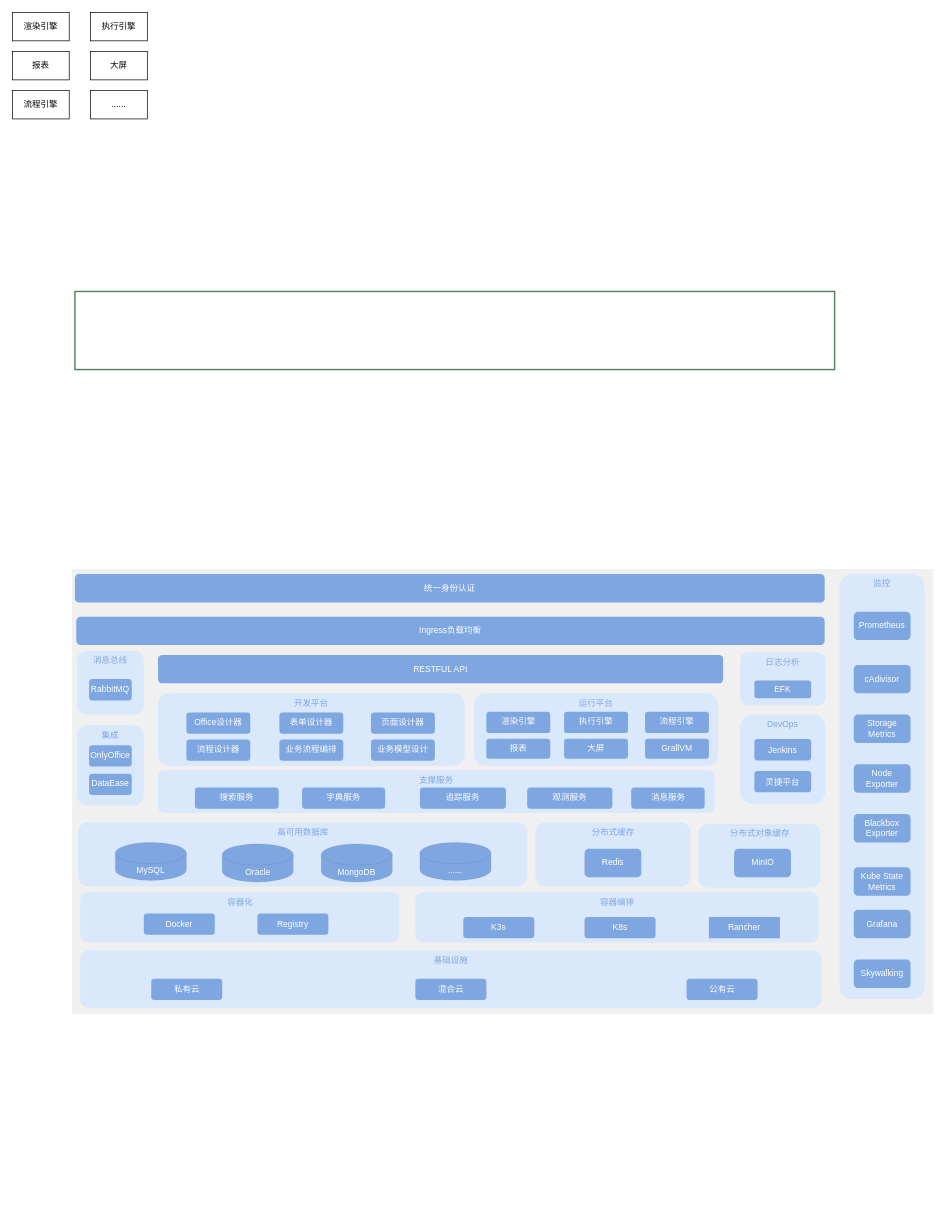
ProgrammerLZ/drawio keeps this draw.io diagram as page "低代码技术架构" (2 of 2) of 学工技术架构.drawio. Above is the earlier version. Source tidied: cells renumbered, new cells numbered last; positions are measured from the earlier drawing's top-left corner, leaving out a move shared by most shapes. Both pictures are drawn from the tidied source at 71%, with x=0, y=0 at pixel (12, 12).
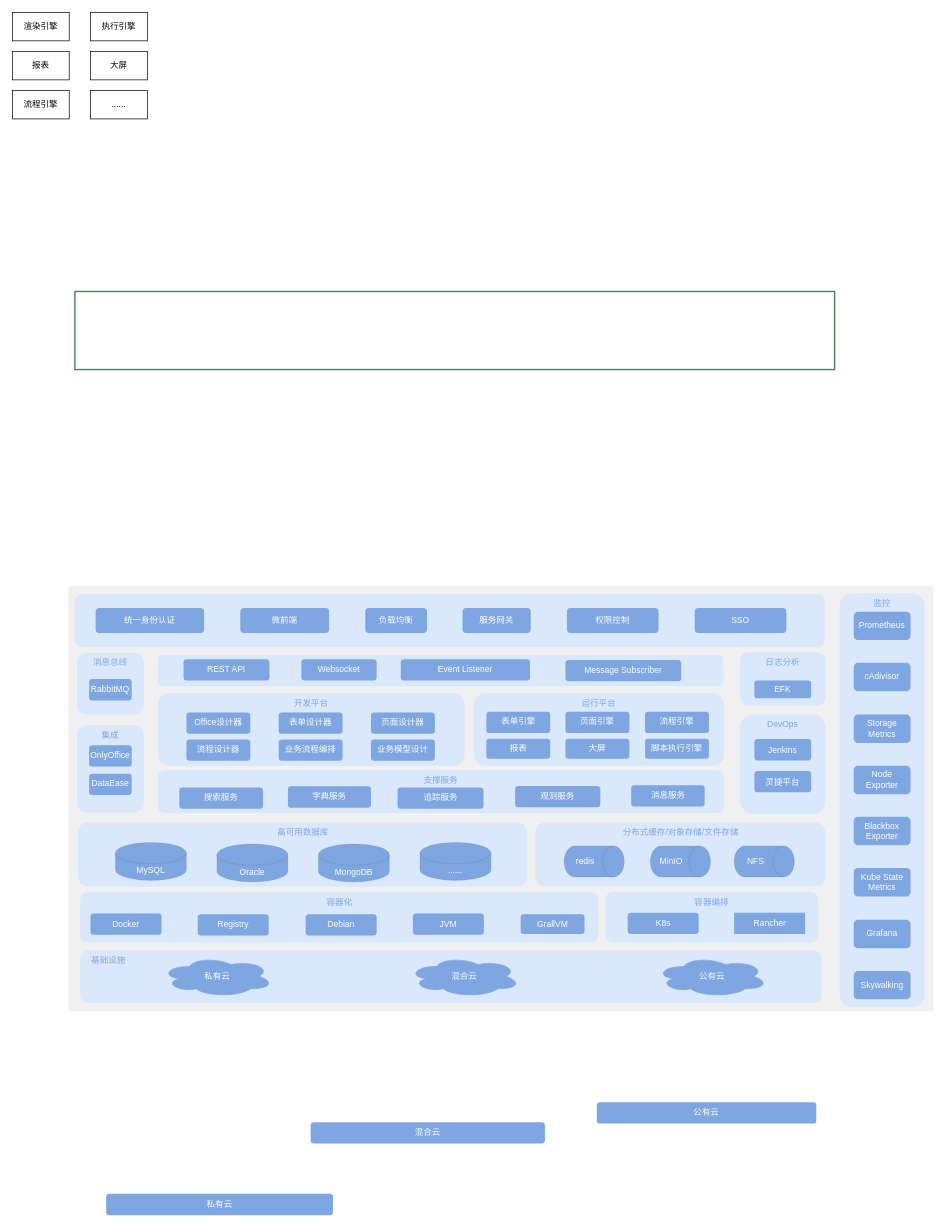
After the change.

Commit message (it also covers changes not shown here):
更新学工技术架构.drawio

Diff of the diagram source:
```diff
@@
     <mxCell id="2" style="rounded=0;whiteSpace=wrap;html=1;verticalAlign=top;fillColor=#EDEDED;strokeColor=none;fontColor=#333333;opacity=80;" parent="1" vertex="1">
-      <mxGeometry x="84" y="784" width="1213" height="627" as="geometry" />
+      <mxGeometry x="79" y="808" width="1218" height="599" as="geometry" />
     </mxCell>
     <mxCell id="3" value="容器编排" style="rounded=1;whiteSpace=wrap;html=1;verticalAlign=top;fillColor=#dae8fc;strokeColor=none;fontColor=#7EA6E0;" parent="1" vertex="1">
-      <mxGeometry x="567.5" y="1239" width="567.5" height="71" as="geometry" />
+      <mxGeometry x="835" y="1239" width="300" height="71" as="geometry" />
     </mxCell>
     <mxCell id="4" value="支撑服务" style="rounded=1;whiteSpace=wrap;html=1;verticalAlign=top;fillColor=#dae8fc;strokeColor=none;fontColor=#7EA6E0;" parent="1" vertex="1">
-      <mxGeometry x="205" y="1067.5" width="784" height="60" as="geometry" />
+      <mxGeometry x="205" y="1067.5" width="797" height="60" as="geometry" />
     </mxCell>
-    <mxCell id="5" value="分布式对象缓存" style="rounded=1;whiteSpace=wrap;html=1;verticalAlign=top;fillColor=#dae8fc;strokeColor=none;fontColor=#7EA6E0;" parent="1" vertex="1">
-      <mxGeometry x="966.5" y="1143" width="172" height="90" as="geometry" />
-    </mxCell>
-    <mxCell id="6" value="分布式缓存" style="rounded=1;whiteSpace=wrap;html=1;verticalAlign=top;fillColor=#dae8fc;strokeColor=none;fontColor=#7EA6E0;" parent="1" vertex="1">
-      <mxGeometry x="736.5" y="1141" width="218.5" height="90" as="geometry" />
+    <mxCell id="6" value="分布式缓存/对象存储/文件存储" style="rounded=1;whiteSpace=wrap;html=1;verticalAlign=top;fillColor=#dae8fc;strokeColor=none;fontColor=#7EA6E0;" parent="1" vertex="1">
+      <mxGeometry x="736.5" y="1141" width="408.5" height="90" as="geometry" />
     </mxCell>
     <mxCell id="7" value="DevOps" style="rounded=1;whiteSpace=wrap;html=1;verticalAlign=top;fillColor=#dae8fc;strokeColor=none;fontColor=#7EA6E0;" parent="1" vertex="1">
-      <mxGeometry x="1025" y="989" width="120" height="126" as="geometry" />
+      <mxGeometry x="1025" y="989" width="120" height="140" as="geometry" />
     </mxCell>
     <mxCell id="8" value="监控" style="rounded=1;whiteSpace=wrap;html=1;verticalAlign=top;fillColor=#dae8fc;strokeColor=none;fontColor=#7EA6E0;" parent="1" vertex="1">
-      <mxGeometry x="1165" y="791" width="120" height="599" as="geometry" />
+      <mxGeometry x="1165" y="818" width="120" height="583" as="geometry" />
     </mxCell>
-    <mxCell id="9" value="RESTFUL API" style="rounded=1;whiteSpace=wrap;html=1;verticalAlign=middle;fillColor=#7EA6E0;fontColor=#FFFFFF;strokeColor=none;" parent="1" vertex="1">
-      <mxGeometry x="205" y="905" width="796" height="40" as="geometry" />
+    <mxCell id="9" style="rounded=1;whiteSpace=wrap;html=1;verticalAlign=middle;fillColor=#DAE8FC;fontColor=#7EA6E0;strokeColor=none;" parent="1" vertex="1">
+      <mxGeometry x="205" y="905" width="796" height="44" as="geometry" />
     </mxCell>
@@
-    <mxCell id="11" value="Redis" style="rounded=1;whiteSpace=wrap;html=1;fillColor=#7EA6E0;fontColor=#FFFFFF;strokeColor=none;" parent="1" vertex="1">
-      <mxGeometry x="805.8" y="1178" width="80" height="40" as="geometry" />
-    </mxCell>
-    <mxCell id="12" value="日志分析" style="rounded=1;whiteSpace=wrap;html=1;verticalAlign=top;fillColor=#dae8fc;strokeColor=none;fontColor=#7EA6E0;" parent="1" vertex="1">
+    <mxCell id="12" value="日志分析" style="rounded=1;whiteSpace=wrap;html=1;verticalAlign=top;fillColor=#DAE8FC;strokeColor=none;fontColor=#7EA6E0;" parent="1" vertex="1">
       <mxGeometry x="1025" y="901" width="120" height="75" as="geometry" />
     </mxCell>
@@
     <mxCell id="14" value="容器化" style="rounded=1;whiteSpace=wrap;html=1;verticalAlign=top;fillColor=#dae8fc;strokeColor=none;fontColor=#7EA6E0;" parent="1" vertex="1">
-      <mxGeometry x="95.5" y="1239" width="449.5" height="71" as="geometry" />
+      <mxGeometry x="95.5" y="1239" width="729.5" height="71" as="geometry" />
     </mxCell>
     <mxCell id="15" value="Docker" style="rounded=1;whiteSpace=wrap;html=1;fillColor=#7EA6E0;strokeColor=none;fontColor=#FFFFFF;" parent="1" vertex="1">
-      <mxGeometry x="185" y="1269" width="100" height="30" as="geometry" />
+      <mxGeometry x="110" y="1269" width="100" height="30" as="geometry" />
     </mxCell>
     <mxCell id="16" value="K8s" style="rounded=1;whiteSpace=wrap;html=1;fillColor=#7EA6E0;strokeColor=none;fontColor=#FFFFFF;" parent="1" vertex="1">
-      <mxGeometry x="805.8" y="1274" width="100" height="30" as="geometry" />
+      <mxGeometry x="866.5" y="1268" width="100" height="30" as="geometry" />
     </mxCell>
-    <mxCell id="17" value="MinIO" style="rounded=1;whiteSpace=wrap;html=1;fillColor=#7EA6E0;fontColor=#FFFFFF;strokeColor=none;" parent="1" vertex="1">
-      <mxGeometry x="1016.5" y="1178" width="80" height="40" as="geometry" />
-    </mxCell>
-    <mxCell id="18" value="Ingress负载均衡" style="rounded=1;whiteSpace=wrap;html=1;verticalAlign=middle;fillColor=#7EA6E0;fontColor=#FFFFFF;strokeColor=none;" parent="1" vertex="1">
-      <mxGeometry x="90" y="851" width="1054" height="40" as="geometry" />
-    </mxCell>
-    <mxCell id="19" value="基础设施" style="rounded=1;whiteSpace=wrap;html=1;verticalAlign=top;fillColor=#dae8fc;strokeColor=none;fontColor=#7EA6E0;" parent="1" vertex="1">
-      <mxGeometry x="95.5" y="1321" width="1044" height="81" as="geometry" />
+    <mxCell id="19" value="&amp;nbsp; &amp;nbsp; 基础设施" style="rounded=1;whiteSpace=wrap;html=1;verticalAlign=top;fillColor=#dae8fc;strokeColor=none;fontColor=#7EA6E0;align=left;" parent="1" vertex="1">
+      <mxGeometry x="95.5" y="1321" width="1044" height="74" as="geometry" />
     </mxCell>
-    <mxCell id="20" value="私有云" style="rounded=1;whiteSpace=wrap;html=1;fillColor=#7EA6E0;strokeColor=none;fontColor=#FFFFFF;" parent="1" vertex="1">
-      <mxGeometry x="195.5" y="1361" width="100" height="30" as="geometry" />
+    <mxCell id="20" value="私有云" style="rounded=1;whiteSpace=wrap;html=1;fillColor=#7EA6E0;strokeColor=none;fontColor=#FFFFFF;shadow=0;glass=0;" parent="1" vertex="1">
+      <mxGeometry x="132" y="1664" width="319.5" height="30" as="geometry" />
     </mxCell>
     <mxCell id="21" value="混合云" style="rounded=1;whiteSpace=wrap;html=1;fillColor=#7EA6E0;strokeColor=none;fontColor=#FFFFFF;" parent="1" vertex="1">
-      <mxGeometry x="567.5" y="1361" width="100" height="30" as="geometry" />
+      <mxGeometry x="420" y="1563" width="330" height="30" as="geometry" />
     </mxCell>
     <mxCell id="22" value="公有云" style="rounded=1;whiteSpace=wrap;html=1;fillColor=#7EA6E0;strokeColor=none;fontColor=#FFFFFF;" parent="1" vertex="1">
-      <mxGeometry x="949.5" y="1361" width="100" height="30" as="geometry" />
+      <mxGeometry x="823" y="1535" width="309.2" height="30" as="geometry" />
     </mxCell>
-    <mxCell id="23" value="K3s" style="rounded=1;whiteSpace=wrap;html=1;fillColor=#7EA6E0;strokeColor=none;fontColor=#FFFFFF;" parent="1" vertex="1">
-      <mxGeometry x="635" y="1274" width="100" height="30" as="geometry" />
-    </mxCell>
     <mxCell id="24" value="cAdivisor" style="rounded=1;whiteSpace=wrap;html=1;fillColor=#7EA6E0;fontColor=#FFFFFF;strokeColor=none;" parent="1" vertex="1">
-      <mxGeometry x="1185" y="919" width="80" height="40" as="geometry" />
+      <mxGeometry x="1185" y="916" width="80" height="40" as="geometry" />
     </mxCell>
@@
     <mxCell id="26" value="Node&lt;div&gt;Exporter&lt;/div&gt;" style="rounded=1;whiteSpace=wrap;html=1;fillColor=#7EA6E0;fontColor=#FFFFFF;strokeColor=none;" parent="1" vertex="1">
-      <mxGeometry x="1185" y="1059" width="80" height="40" as="geometry" />
+      <mxGeometry x="1185" y="1061" width="80" height="40" as="geometry" />
     </mxCell>
     <mxCell id="27" value="Blackbox&lt;div&gt;Exporter&lt;/div&gt;" style="rounded=1;whiteSpace=wrap;html=1;fillColor=#7EA6E0;fontColor=#FFFFFF;strokeColor=none;" parent="1" vertex="1">
-      <mxGeometry x="1185" y="1129" width="80" height="40" as="geometry" />
+      <mxGeometry x="1185" y="1133" width="80" height="40" as="geometry" />
     </mxCell>
@@
     <mxCell id="29" value="Kube State&lt;div&gt;Metrics&lt;/div&gt;" style="rounded=1;whiteSpace=wrap;html=1;fillColor=#7EA6E0;fontColor=#FFFFFF;strokeColor=none;" parent="1" vertex="1">
-      <mxGeometry x="1185" y="1204" width="80" height="40" as="geometry" />
+      <mxGeometry x="1185" y="1205" width="80" height="40" as="geometry" />
     </mxCell>
-    <mxCell id="30" value="统一身份认证" style="rounded=1;whiteSpace=wrap;html=1;verticalAlign=middle;fillColor=#7EA6E0;fontColor=#FFFFFF;strokeColor=none;" parent="1" vertex="1">
-      <mxGeometry x="88" y="791" width="1056" height="40" as="geometry" />
+    <mxCell id="30" style="rounded=1;whiteSpace=wrap;html=1;verticalAlign=middle;fillColor=#DAE8FC;fontColor=#FFFFFF;strokeColor=none;" parent="1" vertex="1">
+      <mxGeometry x="88" y="819" width="1056" height="75" as="geometry" />
     </mxCell>
@@
     <mxCell id="34" value="消息总线" style="rounded=1;whiteSpace=wrap;html=1;verticalAlign=top;fillColor=#dae8fc;strokeColor=none;fontColor=#7EA6E0;" parent="1" vertex="1">
-      <mxGeometry x="91" y="899" width="94" height="90" as="geometry" />
+      <mxGeometry x="91" y="902" width="94" height="87" as="geometry" />
     </mxCell>
@@
     <mxCell id="36" value="集成" style="rounded=1;whiteSpace=wrap;html=1;verticalAlign=top;fillColor=#dae8fc;strokeColor=none;fontColor=#7EA6E0;" parent="1" vertex="1">
-      <mxGeometry x="91" y="1004" width="94" height="113" as="geometry" />
+      <mxGeometry x="91" y="1004" width="94" height="123" as="geometry" />
     </mxCell>
@@
     <mxCell id="39" value="Grafana" style="rounded=1;whiteSpace=wrap;html=1;fillColor=#7EA6E0;fontColor=#FFFFFF;strokeColor=none;" parent="1" vertex="1">
-      <mxGeometry x="1185" y="1264" width="80" height="40" as="geometry" />
+      <mxGeometry x="1185" y="1278" width="80" height="40" as="geometry" />
     </mxCell>
     <mxCell id="40" value="Skywalking" style="rounded=1;whiteSpace=wrap;html=1;fillColor=#7EA6E0;fontColor=#FFFFFF;strokeColor=none;" parent="1" vertex="1">
-      <mxGeometry x="1185" y="1334" width="80" height="40" as="geometry" />
+      <mxGeometry x="1185" y="1350" width="80" height="40" as="geometry" />
     </mxCell>
     <mxCell id="41" value="字典服务" style="rounded=1;whiteSpace=wrap;html=1;verticalAlign=top;fillColor=#7EA6E0;fontColor=#FFFFFF;strokeColor=none;" parent="1" vertex="1">
-      <mxGeometry x="408" y="1091.5" width="117" height="30" as="geometry" />
+      <mxGeometry x="388" y="1090" width="117" height="30" as="geometry" />
     </mxCell>
     <mxCell id="42" value="追踪服务" style="rounded=1;whiteSpace=wrap;html=1;verticalAlign=top;fillColor=#7EA6E0;fontColor=#FFFFFF;strokeColor=none;" parent="1" vertex="1">
-      <mxGeometry x="574" y="1091.5" width="121" height="30" as="geometry" />
+      <mxGeometry x="542.5" y="1091.5" width="121" height="30" as="geometry" />
     </mxCell>
     <mxCell id="43" value="搜索服务" style="rounded=1;whiteSpace=wrap;html=1;verticalAlign=top;fillColor=#7EA6E0;fontColor=#FFFFFF;strokeColor=none;" parent="1" vertex="1">
-      <mxGeometry x="257" y="1091.5" width="118" height="30" as="geometry" />
+      <mxGeometry x="235" y="1091.5" width="118" height="30" as="geometry" />
     </mxCell>
     <mxCell id="44" value="消息服务" style="rounded=1;whiteSpace=wrap;html=1;verticalAlign=top;fillColor=#7EA6E0;fontColor=#FFFFFF;strokeColor=none;" parent="1" vertex="1">
-      <mxGeometry x="871.5" y="1091.5" width="103.5" height="30" as="geometry" />
+      <mxGeometry x="871.5" y="1088.5" width="103.5" height="30" as="geometry" />
     </mxCell>
@@
     <mxCell id="46" value="运行平台" style="rounded=1;whiteSpace=wrap;html=1;verticalAlign=top;fillColor=#dae8fc;strokeColor=none;fontColor=#7EA6E0;" parent="1" vertex="1">
-      <mxGeometry x="650" y="959" width="344" height="102" as="geometry" />
+      <mxGeometry x="650" y="959" width="352" height="102" as="geometry" />
     </mxCell>
@@
-    <mxCell id="53" value="&lt;span style=&quot;&quot;&gt;渲染引擎&lt;/span&gt;" style="rounded=1;whiteSpace=wrap;html=1;verticalAlign=top;fillColor=#7EA6E0;fontColor=#FFFFFF;strokeColor=none;" parent="1" vertex="1">
+    <mxCell id="53" value="&lt;span style=&quot;&quot;&gt;表单引擎&lt;/span&gt;" style="rounded=1;whiteSpace=wrap;html=1;verticalAlign=top;fillColor=#7EA6E0;fontColor=#FFFFFF;strokeColor=none;" parent="1" vertex="1">
       <mxGeometry x="667.5" y="985" width="90" height="30" as="geometry" />
     </mxCell>
@@
-    <mxCell id="55" value="&lt;span style=&quot;&quot;&gt;执行引擎&lt;/span&gt;" style="rounded=1;whiteSpace=wrap;html=1;verticalAlign=top;fillColor=#7EA6E0;fontColor=#FFFFFF;strokeColor=none;" parent="1" vertex="1">
-      <mxGeometry x="777" y="985" width="90" height="30" as="geometry" />
+    <mxCell id="55" value="页面引擎" style="rounded=1;whiteSpace=wrap;html=1;verticalAlign=top;fillColor=#7EA6E0;fontColor=#FFFFFF;strokeColor=none;" parent="1" vertex="1">
+      <mxGeometry x="779" y="985" width="90" height="30" as="geometry" />
     </mxCell>
     <mxCell id="56" value="&lt;span style=&quot;&quot;&gt;大屏&lt;/span&gt;" style="rounded=1;whiteSpace=wrap;html=1;verticalAlign=top;fillColor=#7EA6E0;fontColor=#FFFFFF;strokeColor=none;" parent="1" vertex="1">
-      <mxGeometry x="777" y="1023" width="90" height="28" as="geometry" />
+      <mxGeometry x="779" y="1023" width="90" height="28" as="geometry" />
     </mxCell>
@@
     <mxCell id="58" value="观测服务" style="rounded=1;whiteSpace=wrap;html=1;verticalAlign=top;fillColor=#7EA6E0;fontColor=#FFFFFF;strokeColor=none;" parent="1" vertex="1">
-      <mxGeometry x="725" y="1091.5" width="120" height="30" as="geometry" />
+      <mxGeometry x="708" y="1089.5" width="120" height="30" as="geometry" />
     </mxCell>
@@
     <mxCell id="60" value="&lt;div&gt;Oracle&lt;/div&gt;" style="shape=cylinder3;whiteSpace=wrap;html=1;boundedLbl=1;backgroundOutline=1;size=15;rounded=0;strokeColor=default;align=center;verticalAlign=bottom;fontFamily=Helvetica;fontSize=12;fontColor=#FFFFFF;fillColor=#7EA6E0;strokeWidth=0;" parent="1" vertex="1">
-      <mxGeometry x="295.5" y="1171.2" width="100" height="53.5" as="geometry" />
+      <mxGeometry x="288" y="1171.2" width="100" height="53.5" as="geometry" />
     </mxCell>
@@
     <mxCell id="63" value="表单设计器" style="rounded=1;whiteSpace=wrap;html=1;verticalAlign=top;fillColor=#7EA6E0;fontColor=#FFFFFF;strokeColor=none;" parent="1" vertex="1">
-      <mxGeometry x="376" y="986" width="90" height="30" as="geometry" />
+      <mxGeometry x="375" y="986" width="90" height="30" as="geometry" />
     </mxCell>
     <mxCell id="64" value="&lt;div&gt;MongoDB&lt;/div&gt;" style="shape=cylinder3;whiteSpace=wrap;html=1;boundedLbl=1;backgroundOutline=1;size=15;rounded=0;strokeColor=default;align=center;verticalAlign=bottom;fontFamily=Helvetica;fontSize=12;fontColor=#FFFFFF;fillColor=#7EA6E0;strokeWidth=0;" parent="1" vertex="1">
-      <mxGeometry x="435" y="1171.2" width="100" height="53.5" as="geometry" />
+      <mxGeometry x="431" y="1171.2" width="100" height="53.5" as="geometry" />
     </mxCell>
-    <mxCell id="65" value="&lt;span style=&quot;&quot;&gt;GrallVM&lt;/span&gt;" style="rounded=1;whiteSpace=wrap;html=1;verticalAlign=top;fillColor=#7EA6E0;fontColor=#FFFFFF;strokeColor=none;" parent="1" vertex="1">
+    <mxCell id="65" value="&lt;span style=&quot;&quot;&gt;脚本执行引擎&lt;/span&gt;" style="rounded=1;whiteSpace=wrap;html=1;verticalAlign=top;fillColor=#7EA6E0;fontColor=#FFFFFF;strokeColor=none;" parent="1" vertex="1">
       <mxGeometry x="891" y="1023" width="90" height="28" as="geometry" />
     </mxCell>
@@
     <mxCell id="68" value="&lt;span style=&quot;&quot;&gt;业务流程编排&lt;/span&gt;" style="rounded=1;whiteSpace=wrap;html=1;verticalAlign=top;fillColor=#7EA6E0;fontColor=#FFFFFF;strokeColor=none;" parent="1" vertex="1">
-      <mxGeometry x="376" y="1024" width="90" height="30" as="geometry" />
+      <mxGeometry x="375" y="1024" width="90" height="30" as="geometry" />
     </mxCell>
@@
     <mxCell id="70" value="Rancher" style="rounded=1;whiteSpace=wrap;html=1;fillColor=#7EA6E0;strokeColor=none;fontColor=#FFFFFF;arcSize=0;" parent="1" vertex="1">
-      <mxGeometry x="981" y="1274" width="100" height="30" as="geometry" />
+      <mxGeometry x="1016.5" y="1268" width="100" height="30" as="geometry" />
     </mxCell>
     <mxCell id="71" value="Registry" style="rounded=1;whiteSpace=wrap;html=1;fillColor=#7EA6E0;strokeColor=none;fontColor=#FFFFFF;" parent="1" vertex="1">
-      <mxGeometry x="345" y="1269" width="100" height="30" as="geometry" />
+      <mxGeometry x="261" y="1270" width="100" height="30" as="geometry" />
     </mxCell>
+    <mxCell id="72" value="Debian" style="rounded=1;whiteSpace=wrap;html=1;fillColor=#7EA6E0;strokeColor=none;fontColor=#FFFFFF;" parent="1" vertex="1">
+      <mxGeometry x="413" y="1270" width="100" height="30" as="geometry" />
+    </mxCell>
+    <mxCell id="73" value="JVM" style="rounded=1;whiteSpace=wrap;html=1;fillColor=#7EA6E0;strokeColor=none;fontColor=#FFFFFF;" parent="1" vertex="1">
+      <mxGeometry x="564" y="1269" width="100" height="30" as="geometry" />
+    </mxCell>
+    <mxCell id="74" value="&lt;span style=&quot;&quot;&gt;GrallVM&lt;/span&gt;" style="rounded=1;whiteSpace=wrap;html=1;verticalAlign=top;fillColor=#7EA6E0;fontColor=#FFFFFF;strokeColor=none;" parent="1" vertex="1">
+      <mxGeometry x="715.8" y="1270" width="90" height="28" as="geometry" />
+    </mxCell>
+    <mxCell id="75" value="redis" style="shape=cylinder3;whiteSpace=wrap;html=1;boundedLbl=1;backgroundOutline=1;size=15;rounded=0;strokeColor=default;align=center;verticalAlign=middle;fontFamily=Helvetica;fontSize=12;fontColor=#FFFFFF;fillColor=#7EA6E0;strokeWidth=0;direction=south;" parent="1" vertex="1">
+      <mxGeometry x="777" y="1173.9" width="84.8" height="43.8" as="geometry" />
+    </mxCell>
+    <mxCell id="17" value="MinIO" style="shape=cylinder3;whiteSpace=wrap;html=1;boundedLbl=1;backgroundOutline=1;size=15;rounded=0;strokeColor=default;align=center;verticalAlign=middle;fontFamily=Helvetica;fontSize=12;fontColor=#FFFFFF;fillColor=#7EA6E0;strokeWidth=0;direction=south;" parent="1" vertex="1">
+      <mxGeometry x="898.4" y="1173.9" width="84.8" height="43.8" as="geometry" />
+    </mxCell>
+    <mxCell id="76" value="NFS" style="shape=cylinder3;whiteSpace=wrap;html=1;boundedLbl=1;backgroundOutline=1;size=15;rounded=0;strokeColor=default;align=center;verticalAlign=middle;fontFamily=Helvetica;fontSize=12;fontColor=#FFFFFF;fillColor=#7EA6E0;strokeWidth=0;direction=south;" parent="1" vertex="1">
+      <mxGeometry x="1016.5" y="1173.9" width="84.8" height="43.8" as="geometry" />
+    </mxCell>
+    <mxCell id="77" value="&lt;span style=&quot;&quot;&gt;REST API&lt;/span&gt;" style="rounded=1;whiteSpace=wrap;html=1;verticalAlign=top;fillColor=#7EA6E0;fontColor=#FFFFFF;strokeColor=none;" parent="1" vertex="1">
+      <mxGeometry x="241" y="911" width="121" height="30" as="geometry" />
+    </mxCell>
+    <mxCell id="78" value="&lt;span style=&quot;&quot;&gt;Websocket&lt;/span&gt;" style="rounded=1;whiteSpace=wrap;html=1;verticalAlign=top;fillColor=#7EA6E0;fontColor=#FFFFFF;strokeColor=none;" parent="1" vertex="1">
+      <mxGeometry x="407" y="911" width="106" height="30" as="geometry" />
+    </mxCell>
+    <mxCell id="79" value="&lt;span style=&quot;&quot;&gt;Event Listener&lt;/span&gt;" style="rounded=1;whiteSpace=wrap;html=1;verticalAlign=middle;fillColor=#7EA6E0;fontColor=#FFFFFF;strokeColor=none;" parent="1" vertex="1">
+      <mxGeometry x="547" y="911" width="182" height="30" as="geometry" />
+    </mxCell>
+    <mxCell id="80" value="&lt;span style=&quot;&quot;&gt;Message Subscriber&lt;/span&gt;" style="rounded=1;whiteSpace=wrap;html=1;verticalAlign=middle;fillColor=#7EA6E0;fontColor=#FFFFFF;strokeColor=none;" parent="1" vertex="1">
+      <mxGeometry x="779" y="912" width="163" height="30" as="geometry" />
+    </mxCell>
+    <mxCell id="81" value="&lt;span style=&quot;&quot;&gt;统一身份认证&lt;/span&gt;" style="rounded=1;whiteSpace=wrap;html=1;verticalAlign=middle;fillColor=#7EA6E0;fontColor=#FFFFFF;strokeColor=none;" parent="1" vertex="1">
+      <mxGeometry x="117.2" y="839" width="152.8" height="35" as="geometry" />
+    </mxCell>
+    <mxCell id="82" value="微前端" style="rounded=1;whiteSpace=wrap;html=1;verticalAlign=middle;fillColor=#7EA6E0;fontColor=#FFFFFF;strokeColor=none;" parent="1" vertex="1">
+      <mxGeometry x="321" y="839" width="125" height="35" as="geometry" />
+    </mxCell>
+    <mxCell id="83" value="负载均衡" style="rounded=1;whiteSpace=wrap;html=1;verticalAlign=middle;fillColor=#7EA6E0;fontColor=#FFFFFF;strokeColor=none;" parent="1" vertex="1">
+      <mxGeometry x="497" y="839" width="87" height="35" as="geometry" />
+    </mxCell>
+    <mxCell id="84" value="服务网关" style="rounded=1;whiteSpace=wrap;html=1;verticalAlign=middle;fillColor=#7EA6E0;fontColor=#FFFFFF;strokeColor=none;" parent="1" vertex="1">
+      <mxGeometry x="634" y="839" width="96" height="35" as="geometry" />
+    </mxCell>
+    <mxCell id="85" value="权限控制" style="rounded=1;whiteSpace=wrap;html=1;verticalAlign=middle;fillColor=#7EA6E0;fontColor=#FFFFFF;strokeColor=none;" parent="1" vertex="1">
+      <mxGeometry x="781" y="839" width="129" height="35" as="geometry" />
+    </mxCell>
+    <mxCell id="86" value="&lt;span style=&quot;color: rgb(255, 255, 255);&quot;&gt;私有云&lt;/span&gt;" style="ellipse;shape=cloud;whiteSpace=wrap;html=1;rounded=0;strokeColor=#7EA6E0;align=center;verticalAlign=middle;fontFamily=Helvetica;fontSize=12;fontColor=#7EA6E0;fillColor=#7EA6E0;" parent="1" vertex="1">
+      <mxGeometry x="210" y="1329.5" width="157" height="57" as="geometry" />
+    </mxCell>
+    <mxCell id="87" value="&lt;font color=&quot;#ffffff&quot;&gt;混合云&lt;/font&gt;" style="ellipse;shape=cloud;whiteSpace=wrap;html=1;rounded=0;strokeColor=#7EA6E0;align=center;verticalAlign=middle;fontFamily=Helvetica;fontSize=12;fontColor=#7EA6E0;fillColor=#7EA6E0;" parent="1" vertex="1">
+      <mxGeometry x="558" y="1329.5" width="157" height="57" as="geometry" />
+    </mxCell>
+    <mxCell id="88" value="&lt;font color=&quot;#ffffff&quot;&gt;公有云&lt;/font&gt;" style="ellipse;shape=cloud;whiteSpace=wrap;html=1;rounded=0;strokeColor=#7EA6E0;align=center;verticalAlign=middle;fontFamily=Helvetica;fontSize=12;fontColor=#7EA6E0;fillColor=#7EA6E0;" parent="1" vertex="1">
+      <mxGeometry x="906.5" y="1329.5" width="157" height="57" as="geometry" />
+    </mxCell>
+    <mxCell id="89" value="SSO" style="rounded=1;whiteSpace=wrap;html=1;verticalAlign=middle;fillColor=#7EA6E0;fontColor=#FFFFFF;strokeColor=none;" parent="1" vertex="1">
+      <mxGeometry x="961" y="839" width="129" height="35" as="geometry" />
+    </mxCell>
```
